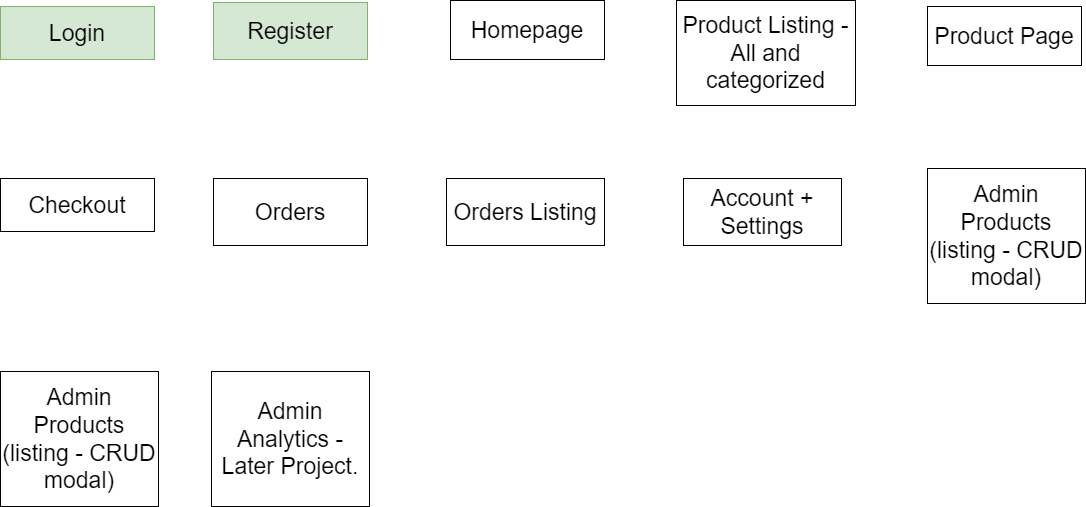
This is designs/XX3 SHOP.drawio.png from odb23/xx3-shop, a draw.io export, as it was before one commit. Source tidied: cells renumbered, new cells last; positions are measured from the earlier drawing's top-left corner, leaving out a move shared by most shapes.
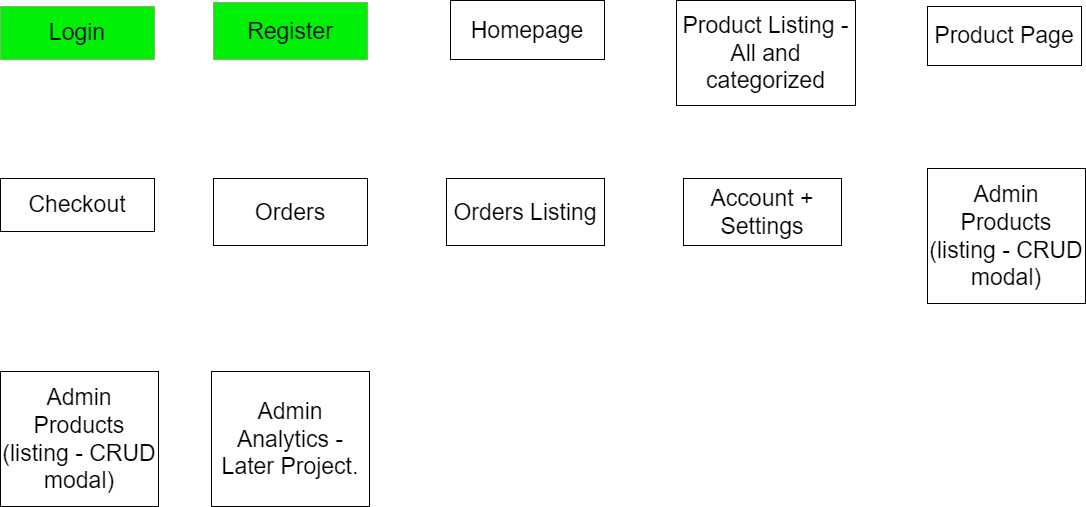
Above is the later version.

Diff of the diagram source:
```diff
@@ -5,10 +5,10 @@
     <mxCell id="2" value="&lt;font style=&quot;font-size: 23px;&quot;&gt;Homepage&lt;/font&gt;" style="rounded=0;whiteSpace=wrap;html=1;align=center;" parent="1" vertex="1">
       <mxGeometry x="450" width="154" height="59" as="geometry" />
     </mxCell>
-    <mxCell id="3" value="&lt;font style=&quot;font-size: 23px;&quot;&gt;Login&lt;/font&gt;&lt;span style=&quot;color: rgba(0, 0, 0, 0); font-family: monospace; font-size: 0px; text-align: start; text-wrap: nowrap;&quot;&gt;%3CmxGraphModel%3E%3Croot%3E%3CmxCell%20id%3D%220%22%2F%3E%3CmxCell%20id%3D%221%22%20parent%3D%220%22%2F%3E%3CmxCell%20id%3D%222%22%20value%3D%22%26lt%3Bfont%20style%3D%26quot%3Bfont-size%3A%2023px%3B%26quot%3B%26gt%3BHomepage%26lt%3B%2Ffont%26gt%3B%22%20style%3D%22rounded%3D0%3BwhiteSpace%3Dwrap%3Bhtml%3D1%3Balign%3Dcenter%3B%22%20vertex%3D%221%22%20parent%3D%221%22%3E%3CmxGeometry%20x%3D%22477%22%20y%3D%22208%22%20width%3D%22154%22%20height%3D%2289%22%20as%3D%22geometry%22%2F%3E%3C%2FmxCell%3E%3C%2Froot%3E%3C%2FmxGraphModel%3E&lt;/span&gt;" style="rounded=0;whiteSpace=wrap;html=1;align=center;fillColor=#d5e8d4;strokeColor=#82b366;" parent="1" vertex="1">
+    <mxCell id="3" value="&lt;font style=&quot;font-size: 23px;&quot;&gt;Login&lt;/font&gt;&lt;span style=&quot;color: rgba(0, 0, 0, 0); font-family: monospace; font-size: 0px; text-align: start; text-wrap: nowrap;&quot;&gt;%3CmxGraphModel%3E%3Croot%3E%3CmxCell%20id%3D%220%22%2F%3E%3CmxCell%20id%3D%221%22%20parent%3D%220%22%2F%3E%3CmxCell%20id%3D%222%22%20value%3D%22%26lt%3Bfont%20style%3D%26quot%3Bfont-size%3A%2023px%3B%26quot%3B%26gt%3BHomepage%26lt%3B%2Ffont%26gt%3B%22%20style%3D%22rounded%3D0%3BwhiteSpace%3Dwrap%3Bhtml%3D1%3Balign%3Dcenter%3B%22%20vertex%3D%221%22%20parent%3D%221%22%3E%3CmxGeometry%20x%3D%22477%22%20y%3D%22208%22%20width%3D%22154%22%20height%3D%2289%22%20as%3D%22geometry%22%2F%3E%3C%2FmxCell%3E%3C%2Froot%3E%3C%2FmxGraphModel%3E&lt;/span&gt;" style="rounded=0;whiteSpace=wrap;html=1;align=center;fillColor=#00F007;strokeColor=#82b366;fillStyle=solid;gradientColor=none;" parent="1" vertex="1">
       <mxGeometry y="6" width="154" height="53" as="geometry" />
     </mxCell>
-    <mxCell id="4" value="&lt;font style=&quot;font-size: 23px;&quot;&gt;Register&lt;/font&gt;" style="rounded=0;whiteSpace=wrap;html=1;align=center;fillColor=#d5e8d4;strokeColor=#82b366;" parent="1" vertex="1">
+    <mxCell id="4" value="&lt;font style=&quot;font-size: 23px;&quot;&gt;Register&lt;/font&gt;" style="rounded=0;whiteSpace=wrap;html=1;align=center;fillColor=#00F007;strokeColor=#82b366;fillStyle=solid;gradientColor=none;" parent="1" vertex="1">
       <mxGeometry x="213" y="2" width="154" height="57" as="geometry" />
     </mxCell>
     <mxCell id="5" value="&lt;span style=&quot;font-size: 23px;&quot;&gt;Product Listing - All and categorized&lt;/span&gt;" style="rounded=0;whiteSpace=wrap;html=1;align=center;" parent="1" vertex="1">
@@ -35,7 +35,7 @@
     <mxCell id="12" value="&lt;span style=&quot;font-size: 23px;&quot;&gt;Admin Products (listing - CRUD modal)&lt;/span&gt;" style="rounded=0;whiteSpace=wrap;html=1;align=center;" parent="1" vertex="1">
       <mxGeometry y="371" width="158" height="135" as="geometry" />
     </mxCell>
-    <mxCell id="13" value="&lt;span style=&quot;font-size: 23px;&quot;&gt;Admin Analytics - Later Project.&lt;/span&gt;" style="rounded=0;whiteSpace=wrap;html=1;align=center;" parent="1" vertex="1">
+    <mxCell id="13" value="&lt;span style=&quot;font-size: 23px;&quot;&gt;Admin Analytics - Later Project.&lt;/span&gt;" style="rounded=0;whiteSpace=wrap;html=1;align=center;fillStyle=solid;" parent="1" vertex="1">
       <mxGeometry x="211" y="371" width="158" height="135" as="geometry" />
     </mxCell>
   </root>
```
